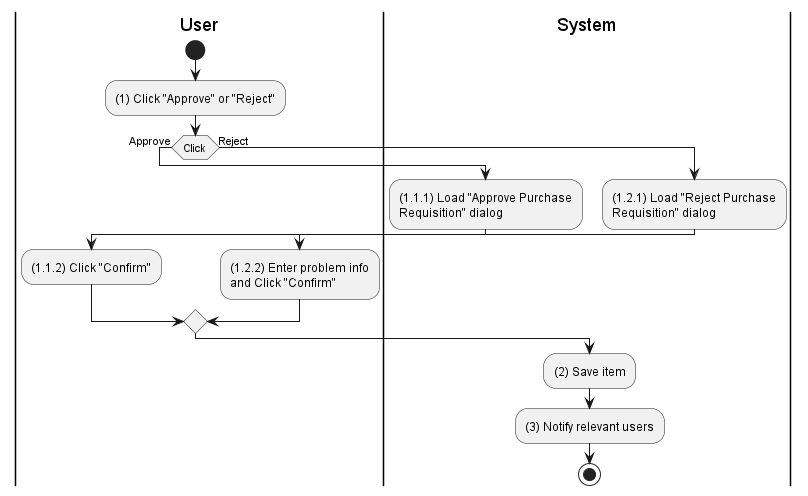
Earlier version of the PlantUML export activities/purchase-requisition-approve.png (phihungha/scmss-reqs).
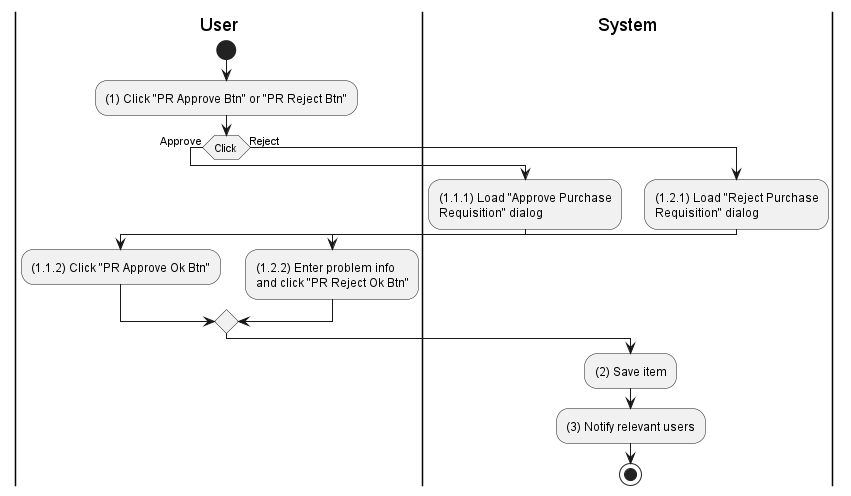
The same file after the commit.

What changed in the source:
```diff
@@ -4,17 +4,17 @@
 
 |u|
 start
-:(1) Click "Approve" or "Reject";
+:(1) Click "PR Approve Btn" or "PR Reject Btn";
 if (Click) then (Approve)
     |s|
     :(1.1.1) Load "Approve Purchase\nRequisition" dialog;
     |u|
-    :(1.1.2) Click "Confirm";
+    :(1.1.2) Click "PR Approve Ok Btn";
 else (Reject)
     |s|
     :(1.2.1) Load "Reject Purchase\nRequisition" dialog;
     |u|
-    :(1.2.2) Enter problem info\nand Click "Confirm";
+    :(1.2.2) Enter problem info\nand click "PR Reject Ok Btn";
 endif
 |s|
 :(2) Save item;
```
